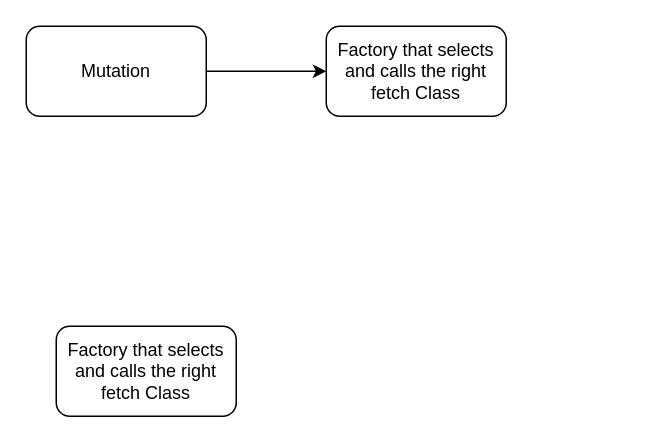
This is Untitled Diagram.drawio from prajwal18/System-diagrams, a draw.io file, before an edit. Source tidied: cells renumbered, new cells numbered last; positions are measured from the earlier drawing's top-left corner, leaving out a move shared by most shapes. Both pictures are drawn from the tidied source at 150%, with x=0, y=0 at pixel (26, 26).
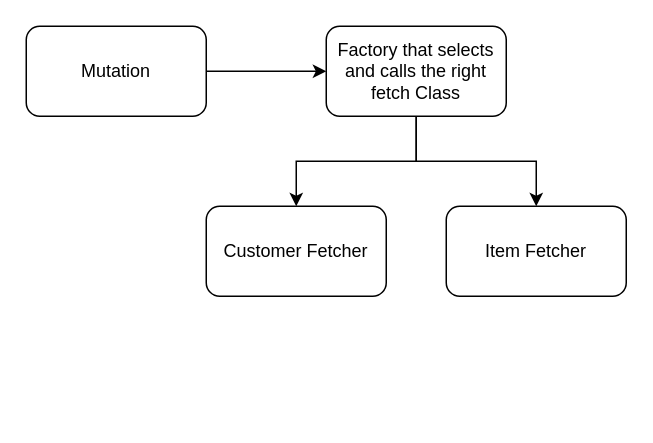
Above is the later version.

The edit, as a diff of the source:
```diff
@@
 <mxGraphModel>
   <root>
     <mxCell id="0" />
     <mxCell id="1" parent="0" />
     <mxCell id="2" style="edgeStyle=orthogonalEdgeStyle;rounded=0;jettySize=auto;html=1;" parent="1" edge="1" source="3" target="4">
       <mxGeometry relative="1" as="geometry" />
     </mxCell>
     <mxCell id="3" value="Mutation" style="rounded=1;whiteSpace=wrap;html=1;" parent="1" vertex="1">
       <mxGeometry width="120" height="60" as="geometry" />
     </mxCell>
     <mxCell id="4" value="Factory that selects and calls the right fetch Class" style="rounded=1;whiteSpace=wrap;html=1;" parent="1" vertex="1">
       <mxGeometry x="200" width="120" height="60" as="geometry" />
     </mxCell>
-    <mxCell id="5" value="Factory that selects and calls the right fetch Class" style="rounded=1;whiteSpace=wrap;html=1;" parent="1" vertex="1">
-      <mxGeometry x="20" y="200" width="120" height="60" as="geometry" />
+    <mxCell id="5" value="Customer Fetcher" style="rounded=1;whiteSpace=wrap;html=1;" parent="1" vertex="1">
+      <mxGeometry x="120" y="120" width="120" height="60" as="geometry" />
     </mxCell>
+    <mxCell id="6" value="Item Fetcher" style="rounded=1;whiteSpace=wrap;html=1;" parent="1" vertex="1">
+      <mxGeometry x="280" y="120" width="120" height="60" as="geometry" />
+    </mxCell>
+    <mxCell id="7" style="endArrow=classic;html=1;rounded=0;exitX=0.5;exitY=1;exitDx=0;exitDy=0;entryX=0.5;entryY=0;entryDx=0;entryDy=0;" parent="1" edge="1" source="4" target="6">
+      <mxGeometry relative="1" as="geometry">
+        <Array as="points">
+          <mxPoint x="260" y="90" />
+          <mxPoint x="340" y="90" />
+        </Array>
+      </mxGeometry>
+    </mxCell>
+    <mxCell id="8" style="endArrow=classic;html=1;rounded=0;exitX=0.5;exitY=1;exitDx=0;exitDy=0;entryX=0.5;entryY=0;entryDx=0;entryDy=0;" parent="1" edge="1" source="4" target="5">
+      <mxGeometry relative="1" as="geometry">
+        <Array as="points">
+          <mxPoint x="260" y="90" />
+          <mxPoint x="180" y="90" />
+        </Array>
+      </mxGeometry>
+    </mxCell>
   </root>
 </mxGraphModel>
```
